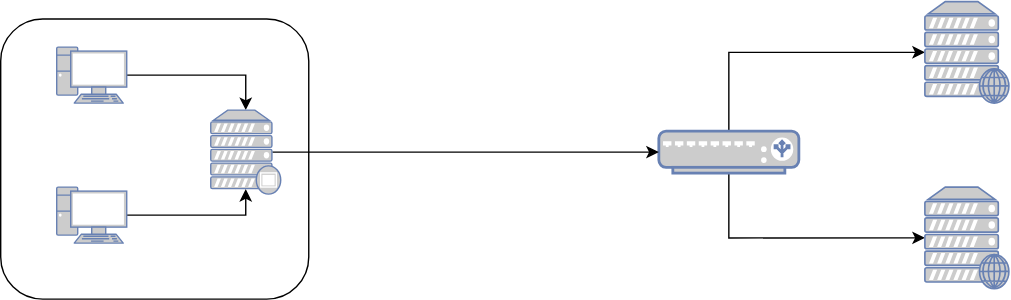
Before: web_basics/01_HTTP_header/assets/quiz2.svg, a diagram exported from draw.io (shimopino/praha-challenges). Source tidied: cells renumbered, new cells last; positions are measured from the earlier drawing's top-left corner, leaving out a move shared by most shapes.
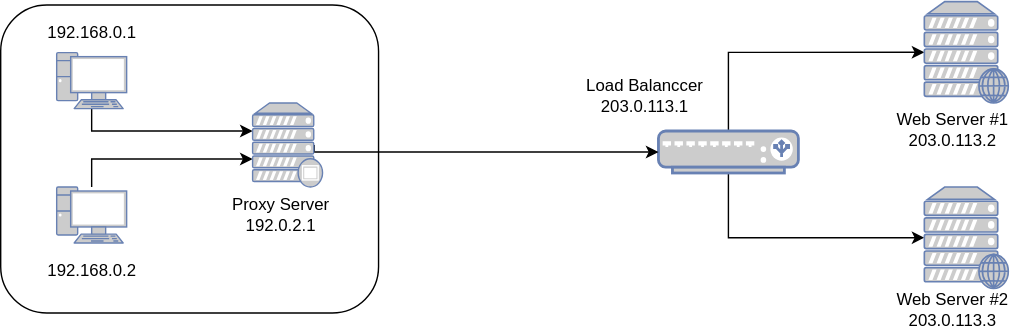
The same file after the commit.

The edit, as a diff of the source:
```diff
@@ -3,18 +3,22 @@
     <mxCell id="0" />
     <mxCell id="1" parent="0" />
     <mxCell id="2" style="rounded=1;whiteSpace=wrap;html=1;" parent="1" vertex="1">
-      <mxGeometry y="12" width="220" height="200" as="geometry" />
+      <mxGeometry y="2" width="270" height="220" as="geometry" />
     </mxCell>
     <mxCell id="3" style="edgeStyle=orthogonalEdgeStyle;rounded=0;jettySize=auto;html=1;" parent="1" edge="1" source="4" target="14">
-      <mxGeometry relative="1" as="geometry" />
+      <mxGeometry relative="1" as="geometry">
+        <Array as="points">
+          <mxPoint x="65" y="92" />
+        </Array>
+      </mxGeometry>
     </mxCell>
     <mxCell id="4" style="fontColor=#0066CC;verticalAlign=top;verticalLabelPosition=bottom;labelPosition=center;align=center;html=1;outlineConnect=0;fillColor=#CCCCCC;strokeColor=#6881B3;gradientColor=none;gradientDirection=north;strokeWidth=2;shape=mxgraph.networks.pc;" parent="1" vertex="1">
-      <mxGeometry x="40" y="32" width="50" height="40" as="geometry" />
+      <mxGeometry x="40" y="36" width="50" height="40" as="geometry" />
     </mxCell>
-    <mxCell id="5" style="edgeStyle=orthogonalEdgeStyle;rounded=0;jettySize=auto;html=1;entryX=0.5;entryY=0.94;entryDx=0;entryDy=0;entryPerimeter=0;" parent="1" edge="1" source="6" target="14">
+    <mxCell id="5" style="edgeStyle=orthogonalEdgeStyle;rounded=0;jettySize=auto;html=1;" parent="1" edge="1" source="6" target="14">
       <mxGeometry relative="1" as="geometry">
         <Array as="points">
-          <mxPoint x="175" y="152" />
+          <mxPoint x="65" y="112" />
         </Array>
       </mxGeometry>
     </mxCell>
@@ -48,10 +52,32 @@
       <mxGeometry x="660" y="132" width="60" height="72.5" as="geometry" />
     </mxCell>
     <mxCell id="13" style="edgeStyle=orthogonalEdgeStyle;rounded=0;jettySize=auto;html=1;exitX=0.88;exitY=0.5;exitDx=0;exitDy=0;exitPerimeter=0;entryX=0;entryY=0.5;entryDx=0;entryDy=0;entryPerimeter=0;" parent="1" edge="1" source="14" target="10">
-      <mxGeometry relative="1" as="geometry" />
+      <mxGeometry relative="1" as="geometry">
+        <Array as="points">
+          <mxPoint x="224" y="107" />
+        </Array>
+      </mxGeometry>
     </mxCell>
     <mxCell id="14" style="fontColor=#0066CC;verticalAlign=top;verticalLabelPosition=bottom;labelPosition=center;align=center;html=1;outlineConnect=0;fillColor=#CCCCCC;strokeColor=#6881B3;gradientColor=none;gradientDirection=north;strokeWidth=2;shape=mxgraph.networks.proxy_server;" parent="1" vertex="1">
-      <mxGeometry x="150" y="77" width="50" height="60" as="geometry" />
+      <mxGeometry x="180" y="72" width="50" height="60" as="geometry" />
     </mxCell>
+    <mxCell id="15" value="192.168.0.1" style="text;html=1;align=center;verticalAlign=middle;" parent="1" vertex="1">
+      <mxGeometry x="25" y="12" width="80" height="20" as="geometry" />
+    </mxCell>
+    <mxCell id="16" value="192.168.0.2" style="text;html=1;align=center;verticalAlign=middle;" parent="1" vertex="1">
+      <mxGeometry x="25" y="182" width="80" height="20" as="geometry" />
+    </mxCell>
+    <mxCell id="17" value="Proxy Server&lt;br&gt;192.0.2.1" style="text;html=1;align=center;verticalAlign=middle;" parent="1" vertex="1">
+      <mxGeometry x="160" y="137" width="80" height="30" as="geometry" />
+    </mxCell>
+    <mxCell id="18" value="Load Balanccer&lt;br&gt;203.0.113.1" style="text;html=1;align=center;verticalAlign=middle;" parent="1" vertex="1">
+      <mxGeometry x="410" y="52" width="100" height="30" as="geometry" />
+    </mxCell>
+    <mxCell id="19" value="Web Server #1&lt;br&gt;203.0.113.2" style="text;html=1;align=center;verticalAlign=middle;" parent="1" vertex="1">
+      <mxGeometry x="630" y="76" width="100" height="30" as="geometry" />
+    </mxCell>
+    <mxCell id="20" value="Web Server #2&lt;br&gt;203.0.113.3" style="text;html=1;align=center;verticalAlign=middle;" parent="1" vertex="1">
+      <mxGeometry x="630" y="204.5" width="100" height="30" as="geometry" />
+    </mxCell>
   </root>
 </mxGraphModel>
```
